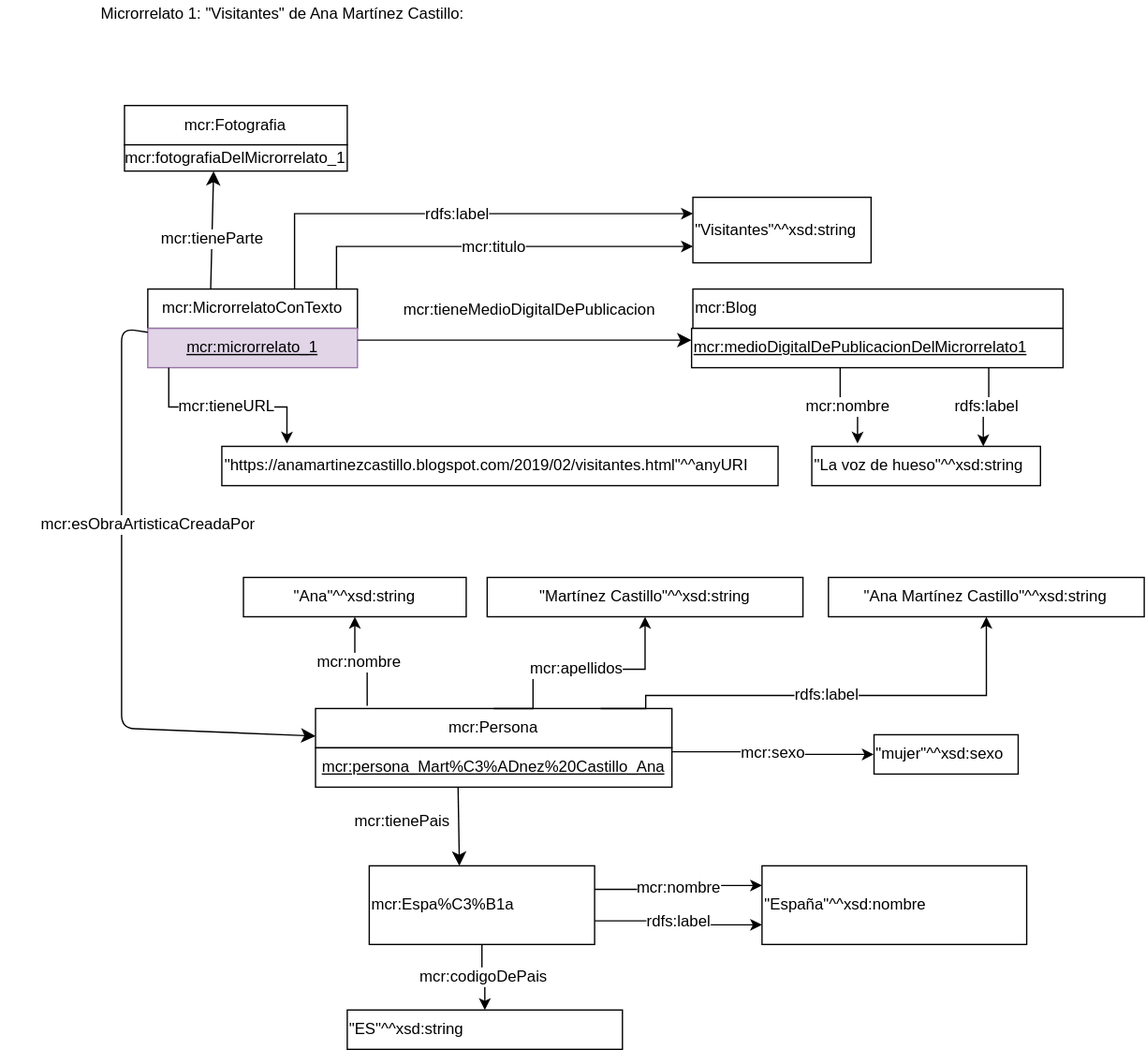
Above: microrrelato_001.svg in marianofl1971/microrrelatos (draw.io), before the change. Source tidied: cells renumbered, new cells last; positions are measured from the earlier drawing's top-left corner, leaving out a move shared by most shapes. Its diagram source:
```xml
<mxGraphModel>
  <root>
    <mxCell id="0" />
    <mxCell id="1" parent="0" />
    <mxCell id="2" value="mcr:MicrorrelatoConTexto" style="rounded=0;whiteSpace=wrap;html=1;snapToPoint=1;points=[[0.1,0],[0.2,0],[0.3,0],[0.4,0],[0.5,0],[0.6,0],[0.7,0],[0.8,0],[0.9,0],[0,0.1],[0,0.3],[0,0.5],[0,0.7],[0,0.9],[0.1,1],[0.2,1],[0.3,1],[0.4,1],[0.5,1],[0.6,1],[0.7,1],[0.8,1],[0.9,1],[1,0.1],[1,0.3],[1,0.5],[1,0.7],[1,0.9]];fontSize=12;" parent="1" vertex="1">
      <mxGeometry x="112" y="220" width="160" height="30" as="geometry" />
    </mxCell>
    <mxCell id="3" value="mcr:microrrelato_1" style="rounded=0;whiteSpace=wrap;html=1;snapToPoint=1;points=[[0.1,0],[0.2,0],[0.3,0],[0.4,0],[0.5,0],[0.6,0],[0.7,0],[0.8,0],[0.9,0],[0,0.1],[0,0.3],[0,0.5],[0,0.7],[0,0.9],[0.1,1],[0.2,1],[0.3,1],[0.4,1],[0.5,1],[0.6,1],[0.7,1],[0.8,1],[0.9,1],[1,0.1],[1,0.3],[1,0.5],[1,0.7],[1,0.9]];fontStyle=4;fontSize=12;fillColor=#e1d5e7;strokeColor=#9673a6;" parent="1" vertex="1">
      <mxGeometry x="112" y="250" width="160" height="30" as="geometry" />
    </mxCell>
    <mxCell id="4" value="mcr:Persona" style="rounded=0;whiteSpace=wrap;html=1;snapToPoint=1;points=[[0.1,0],[0.2,0],[0.3,0],[0.4,0],[0.5,0],[0.6,0],[0.7,0],[0.8,0],[0.9,0],[0,0.1],[0,0.3],[0,0.5],[0,0.7],[0,0.9],[0.1,1],[0.2,1],[0.3,1],[0.4,1],[0.5,1],[0.6,1],[0.7,1],[0.8,1],[0.9,1],[1,0.1],[1,0.3],[1,0.5],[1,0.7],[1,0.9]];fontSize=12;" parent="1" vertex="1">
      <mxGeometry x="240" y="540" width="272" height="30" as="geometry" />
    </mxCell>
    <mxCell id="5" value="mcr:persona_Mart%C3%ADnez%20Castillo_Ana" style="rounded=0;whiteSpace=wrap;html=1;snapToPoint=1;points=[[0.1,0],[0.2,0],[0.3,0],[0.4,0],[0.5,0],[0.6,0],[0.7,0],[0.8,0],[0.9,0],[0,0.1],[0,0.3],[0,0.5],[0,0.7],[0,0.9],[0.1,1],[0.2,1],[0.3,1],[0.4,1],[0.5,1],[0.6,1],[0.7,1],[0.8,1],[0.9,1],[1,0.1],[1,0.3],[1,0.5],[1,0.7],[1,0.9]];fontStyle=4;fontSize=12;" parent="1" vertex="1">
      <mxGeometry x="240" y="570" width="272" height="30" as="geometry" />
    </mxCell>
    <mxCell id="6" style="endArrow=classic;html=1;exitX=0;exitY=0.1;exitDx=0;exitDy=0;entryX=0;entryY=0.7;entryDx=0;entryDy=0;endSize=8;fontSize=12;" parent="1" edge="1" source="3" target="4">
      <mxGeometry relative="1" as="geometry">
        <Array as="points">
          <mxPoint x="92" y="250" />
          <mxPoint x="92" y="555" />
        </Array>
      </mxGeometry>
    </mxCell>
    <mxCell id="7" value="mcr:esObraArtisticaCreadaPor" style="text;html=1;align=center;verticalAlign=middle;labelBackgroundColor=#ffffff;fontSize=12;" parent="6" vertex="1">
      <mxGeometry x="-0.13" relative="1" as="geometry">
        <mxPoint x="19.6" y="-37.2" as="offset" />
      </mxGeometry>
    </mxCell>
    <mxCell id="8" value="&quot;Ana&quot;^^xsd:string" style="rounded=0;whiteSpace=wrap;html=1;snapToPoint=1;fontSize=12;" parent="1" vertex="1">
      <mxGeometry x="185" y="440" width="170" height="30" as="geometry" />
    </mxCell>
    <mxCell id="9" value="&quot;Martínez Castillo&quot;^^xsd:string" style="rounded=0;whiteSpace=wrap;html=1;snapToPoint=1;fontSize=12;" parent="1" vertex="1">
      <mxGeometry x="371" y="440" width="241" height="30" as="geometry" />
    </mxCell>
    <mxCell id="10" value="mcr:apellidos" style="edgeStyle=orthogonalEdgeStyle;rounded=0;jettySize=auto;html=1;fontSize=12;entryX=0.5;entryY=1;entryDx=0;entryDy=0;exitX=0.5;exitY=0;exitDx=0;exitDy=0;" parent="1" edge="1" source="4" target="9">
      <mxGeometry relative="1" as="geometry">
        <Array as="points">
          <mxPoint x="406" y="510" />
          <mxPoint x="492" y="510" />
        </Array>
      </mxGeometry>
    </mxCell>
    <mxCell id="11" value="mcr:Blog" style="rounded=0;whiteSpace=wrap;html=1;fontSize=12;align=left;" parent="1" vertex="1">
      <mxGeometry x="528" y="220" width="282.5" height="30" as="geometry" />
    </mxCell>
    <mxCell id="12" style="endArrow=classic;html=1;exitX=1;exitY=0.3;exitDx=0;exitDy=0;entryX=0;entryY=0.3;entryDx=0;entryDy=0;endSize=8;fontSize=12;" parent="1" edge="1" source="3" target="16">
      <mxGeometry relative="1" as="geometry" />
    </mxCell>
    <mxCell id="13" value="mcr:tieneMedioDigitalDePublicacion" style="text;html=1;align=center;verticalAlign=middle;labelBackgroundColor=#ffffff;fontSize=12;" parent="12" vertex="1">
      <mxGeometry x="-0.13" relative="1" as="geometry">
        <mxPoint x="19.6" y="-24" as="offset" />
      </mxGeometry>
    </mxCell>
    <mxCell id="14" value="&quot;mujer&quot;^^xsd:sexo" style="rounded=0;whiteSpace=wrap;html=1;snapToPoint=1;fontSize=12;align=left;" parent="1" vertex="1">
      <mxGeometry x="666.2" y="560" width="110" height="30" as="geometry" />
    </mxCell>
    <mxCell id="15" value="mcr:sexo" style="edgeStyle=orthogonalEdgeStyle;rounded=0;jettySize=auto;html=1;exitX=1;exitY=0.1;exitDx=0;exitDy=0;fontSize=12;" parent="1" edge="1" source="5" target="14">
      <mxGeometry relative="1" as="geometry" />
    </mxCell>
    <mxCell id="16" value="&lt;u style=&quot;font-size: 12px;&quot;&gt;mcr:medioDigitalDePublicacionDelMicrorrelato1&lt;/u&gt;" style="rounded=0;whiteSpace=wrap;html=1;snapToPoint=1;points=[[0.1,0],[0.2,0],[0.3,0],[0.4,0],[0.5,0],[0.6,0],[0.7,0],[0.8,0],[0.9,0],[0,0.1],[0,0.3],[0,0.5],[0,0.7],[0,0.9],[0.1,1],[0.2,1],[0.3,1],[0.4,1],[0.5,1],[0.6,1],[0.7,1],[0.8,1],[0.9,1],[1,0.1],[1,0.3],[1,0.5],[1,0.7],[1,0.9]];fontSize=12;align=left;" parent="1" vertex="1">
      <mxGeometry x="527" y="250" width="283.5" height="30" as="geometry" />
    </mxCell>
    <mxCell id="17" value="&quot;La voz de hueso&quot;^^xsd:string" style="rounded=0;whiteSpace=wrap;html=1;snapToPoint=1;fontSize=12;align=left;" parent="1" vertex="1">
      <mxGeometry x="618.8" y="340" width="174.5" height="30" as="geometry" />
    </mxCell>
    <mxCell id="18" value="rdfs:label" style="edgeStyle=orthogonalEdgeStyle;rounded=0;jettySize=auto;html=1;fontSize=12;exitX=0.8;exitY=1;exitDx=0;exitDy=0;entryX=0.75;entryY=0;entryDx=0;entryDy=0;" parent="1" edge="1" source="16" target="17">
      <mxGeometry relative="1" as="geometry" />
    </mxCell>
    <mxCell id="19" value="&quot;&lt;a href=&quot;https://anamartinezcastillo.blogspot.com/2019/02/visitantes.html&quot; target=&quot;_blank&quot; style=&quot;font-size: 12px&quot;&gt;https://anamartinezcastillo.blogspot.com/2019/02/visitantes.html&lt;/a&gt;&quot;^^anyURI" style="rounded=0;whiteSpace=wrap;html=1;snapToPoint=1;fontSize=12;align=left;fontStyle=0;" parent="1" vertex="1">
      <mxGeometry x="168.5" y="340" width="424.5" height="30" as="geometry" />
    </mxCell>
    <mxCell id="20" value="mcr:tieneURL" style="edgeStyle=orthogonalEdgeStyle;rounded=0;jettySize=auto;html=1;exitX=0.1;exitY=1;exitDx=0;exitDy=0;fontSize=12;entryX=0.117;entryY=-0.071;entryDx=0;entryDy=0;entryPerimeter=0;" parent="1" edge="1" source="3" target="19">
      <mxGeometry relative="1" as="geometry">
        <Array as="points">
          <mxPoint x="128" y="310" />
          <mxPoint x="218" y="310" />
        </Array>
      </mxGeometry>
    </mxCell>
    <mxCell id="21" value="mcr:Espa%C3%B1a" style="rounded=0;whiteSpace=wrap;html=1;snapToPoint=1;points=[[0.1,0],[0.2,0],[0.3,0],[0.4,0],[0.5,0],[0.6,0],[0.7,0],[0.8,0],[0.9,0],[0,0.1],[0,0.3],[0,0.5],[0,0.7],[0,0.9],[0.1,1],[0.2,1],[0.3,1],[0.4,1],[0.5,1],[0.6,1],[0.7,1],[0.8,1],[0.9,1],[1,0.1],[1,0.3],[1,0.5],[1,0.7],[1,0.9]];fontSize=12;align=left;" parent="1" vertex="1">
      <mxGeometry x="281" y="660" width="172" height="60" as="geometry" />
    </mxCell>
    <mxCell id="22" style="endArrow=classic;html=1;exitX=0.4;exitY=1;exitDx=0;exitDy=0;entryX=0.4;entryY=0;entryDx=0;entryDy=0;endSize=8;fontSize=12;" parent="1" edge="1" source="5" target="21">
      <mxGeometry relative="1" as="geometry" />
    </mxCell>
    <mxCell id="23" value="mcr:tienePais" style="text;html=1;align=center;verticalAlign=middle;labelBackgroundColor=#ffffff;fontSize=12;" parent="22" vertex="1">
      <mxGeometry x="-0.13" relative="1" as="geometry">
        <mxPoint x="-43.3" y="-0.4" as="offset" />
      </mxGeometry>
    </mxCell>
    <mxCell id="24" value="&quot;España&quot;^^xsd:nombre" style="rounded=0;whiteSpace=wrap;html=1;snapToPoint=1;fontSize=12;align=left;" parent="1" vertex="1">
      <mxGeometry x="580.8" y="660" width="202" height="60" as="geometry" />
    </mxCell>
    <mxCell id="25" value="rdfs:label" style="edgeStyle=orthogonalEdgeStyle;rounded=0;jettySize=auto;html=1;exitX=1;exitY=0.7;exitDx=0;exitDy=0;fontSize=12;entryX=0;entryY=0.75;entryDx=0;entryDy=0;" parent="1" edge="1" source="21" target="24">
      <mxGeometry relative="1" as="geometry" />
    </mxCell>
    <mxCell id="26" value="&quot;Visitantes&quot;^^xsd:string" style="rounded=0;whiteSpace=wrap;html=1;snapToPoint=1;fontSize=12;align=left;" parent="1" vertex="1">
      <mxGeometry x="528" y="150" width="136" height="50" as="geometry" />
    </mxCell>
    <mxCell id="27" value="mcr:titulo" style="edgeStyle=orthogonalEdgeStyle;rounded=0;jettySize=auto;html=1;exitX=0.9;exitY=0;exitDx=0;exitDy=0;fontSize=12;entryX=0;entryY=0.75;entryDx=0;entryDy=0;" parent="1" edge="1" source="2" target="26">
      <mxGeometry relative="1" as="geometry" />
    </mxCell>
    <mxCell id="28" value="mcr:nombre" style="edgeStyle=orthogonalEdgeStyle;rounded=0;jettySize=auto;html=1;exitX=0.145;exitY=-0.071;exitDx=0;exitDy=0;fontSize=12;exitPerimeter=0;entryX=0.5;entryY=1;entryDx=0;entryDy=0;" parent="1" edge="1" source="4" target="8">
      <mxGeometry relative="1" as="geometry" />
    </mxCell>
    <mxCell id="29" value="Microrrelato 1: &quot;Visitantes&quot; de Ana Martínez Castillo:" style="text;html=1;strokeColor=none;fillColor=none;align=center;verticalAlign=middle;whiteSpace=wrap;rounded=0;fontSize=12;" parent="1" vertex="1">
      <mxGeometry width="430" height="20" as="geometry" />
    </mxCell>
    <mxCell id="30" value="&quot;ES&quot;^^xsd:string" style="rounded=0;whiteSpace=wrap;html=1;snapToPoint=1;fontSize=12;align=left;" parent="1" vertex="1">
      <mxGeometry x="264.2" y="770" width="210" height="30" as="geometry" />
    </mxCell>
    <mxCell id="31" value="mcr:codigoDePais" style="edgeStyle=orthogonalEdgeStyle;rounded=0;jettySize=auto;html=1;fontSize=12;entryX=0.5;entryY=0;entryDx=0;entryDy=0;" parent="1" edge="1" source="21" target="30">
      <mxGeometry relative="1" as="geometry" />
    </mxCell>
    <mxCell id="32" value="rdfs:label" style="edgeStyle=orthogonalEdgeStyle;rounded=0;jettySize=auto;html=1;exitX=0.7;exitY=0;exitDx=0;exitDy=0;fontSize=12;entryX=0;entryY=0.25;entryDx=0;entryDy=0;" parent="1" edge="1" source="2" target="26">
      <mxGeometry relative="1" as="geometry">
        <Array as="points">
          <mxPoint x="224" y="163" />
        </Array>
      </mxGeometry>
    </mxCell>
    <mxCell id="33" value="&quot;Ana Martínez Castillo&quot;^^xsd:string" style="rounded=0;whiteSpace=wrap;html=1;snapToPoint=1;fontSize=12;" parent="1" vertex="1">
      <mxGeometry x="631.5" y="440" width="241" height="30" as="geometry" />
    </mxCell>
    <mxCell id="34" value="rdfs:label" style="edgeStyle=orthogonalEdgeStyle;rounded=0;jettySize=auto;html=1;fontSize=12;entryX=0.5;entryY=1;entryDx=0;entryDy=0;exitX=0.8;exitY=0;exitDx=0;exitDy=0;" parent="1" edge="1" source="4" target="33">
      <mxGeometry relative="1" as="geometry">
        <Array as="points">
          <mxPoint x="492" y="540" />
          <mxPoint x="492" y="530" />
          <mxPoint x="752" y="530" />
        </Array>
      </mxGeometry>
    </mxCell>
    <mxCell id="35" value="mcr:nombre" style="edgeStyle=orthogonalEdgeStyle;rounded=0;jettySize=auto;html=1;exitX=1;exitY=0.3;exitDx=0;exitDy=0;fontSize=12;entryX=0;entryY=0.25;entryDx=0;entryDy=0;" parent="1" edge="1" source="21" target="24">
      <mxGeometry relative="1" as="geometry" />
    </mxCell>
    <mxCell id="36" value="mcr:nombre" style="edgeStyle=orthogonalEdgeStyle;rounded=0;jettySize=auto;html=1;fontSize=12;exitX=0.4;exitY=1;exitDx=0;exitDy=0;entryX=0.2;entryY=-0.071;entryDx=0;entryDy=0;entryPerimeter=0;" parent="1" edge="1" source="16" target="17">
      <mxGeometry relative="1" as="geometry" />
    </mxCell>
    <mxCell id="37" value="mcr:Fotografia" style="rounded=0;whiteSpace=wrap;html=1;" parent="1" vertex="1">
      <mxGeometry x="94.2" y="80" width="170" height="30" as="geometry" />
    </mxCell>
    <mxCell id="38" value="mcr:fotografiaDelMicrorrelato_1" style="rounded=0;whiteSpace=wrap;html=1;snapToPoint=1;points=[[0.1,0],[0.2,0],[0.3,0],[0.4,0],[0.5,0],[0.6,0],[0.7,0],[0.8,0],[0.9,0],[0,0.1],[0,0.3],[0,0.5],[0,0.7],[0,0.9],[0.1,1],[0.2,1],[0.3,1],[0.4,1],[0.5,1],[0.6,1],[0.7,1],[0.8,1],[0.9,1],[1,0.1],[1,0.3],[1,0.5],[1,0.7],[1,0.9]];" parent="1" vertex="1">
      <mxGeometry x="94.2" y="110" width="170" height="20" as="geometry" />
    </mxCell>
    <mxCell id="39" style="endArrow=classic;html=1;exitX=0.3;exitY=0;exitDx=0;exitDy=0;entryX=0.4;entryY=1;entryDx=0;entryDy=0;endSize=8;" parent="1" edge="1" source="2" target="38">
      <mxGeometry relative="1" as="geometry" />
    </mxCell>
    <mxCell id="40" value="mcr:tieneParte" style="text;html=1;align=center;verticalAlign=middle;labelBackgroundColor=#ffffff;" parent="39" vertex="1">
      <mxGeometry x="-0.13" relative="1" as="geometry" />
    </mxCell>
  </root>
</mxGraphModel>
```
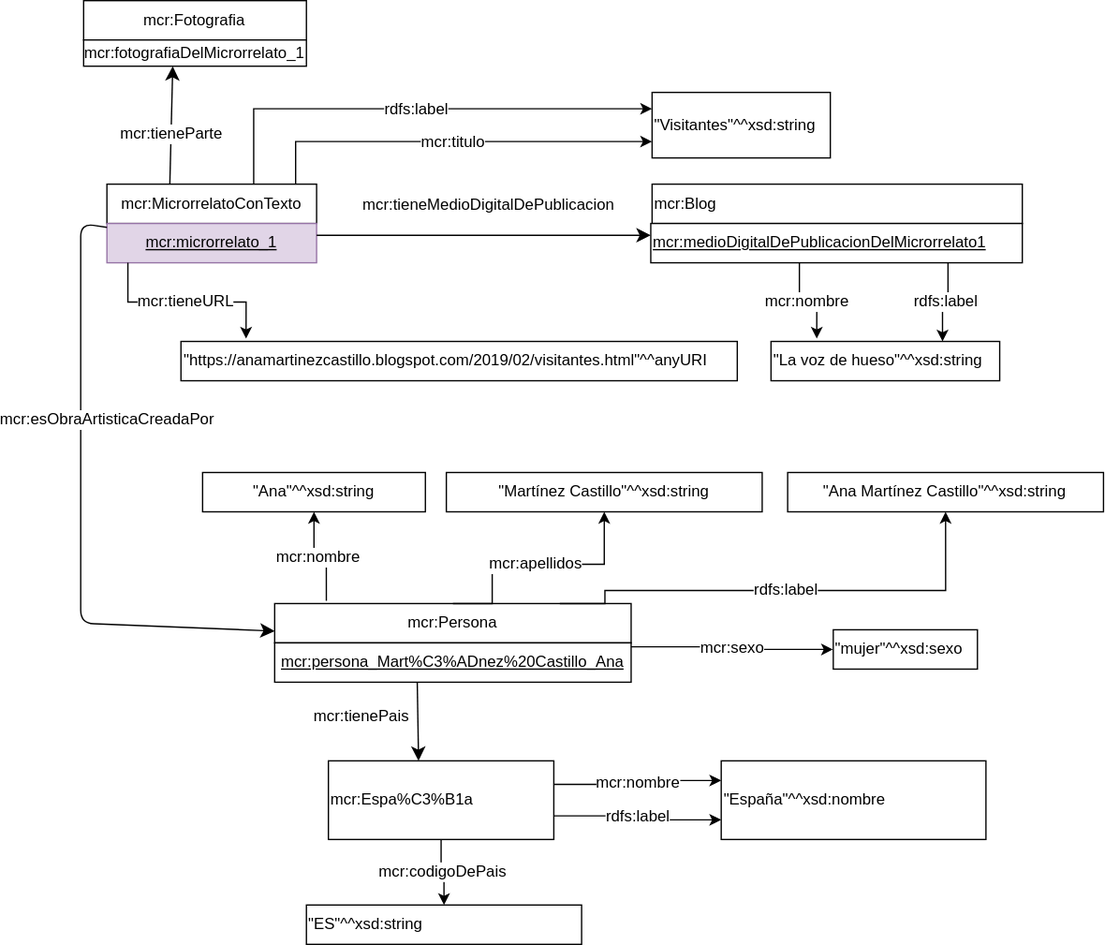
Later version of the same file.

Change to the diagram source:
```diff
@@ -104,9 +104,6 @@
     <mxCell id="28" value="mcr:nombre" style="edgeStyle=orthogonalEdgeStyle;rounded=0;jettySize=auto;html=1;exitX=0.145;exitY=-0.071;exitDx=0;exitDy=0;fontSize=12;exitPerimeter=0;entryX=0.5;entryY=1;entryDx=0;entryDy=0;" parent="1" edge="1" source="4" target="8">
       <mxGeometry relative="1" as="geometry" />
     </mxCell>
-    <mxCell id="29" value="Microrrelato 1: &quot;Visitantes&quot; de Ana Martínez Castillo:" style="text;html=1;strokeColor=none;fillColor=none;align=center;verticalAlign=middle;whiteSpace=wrap;rounded=0;fontSize=12;" parent="1" vertex="1">
-      <mxGeometry width="430" height="20" as="geometry" />
-    </mxCell>
     <mxCell id="30" value="&quot;ES&quot;^^xsd:string" style="rounded=0;whiteSpace=wrap;html=1;snapToPoint=1;fontSize=12;align=left;" parent="1" vertex="1">
       <mxGeometry x="264.2" y="770" width="210" height="30" as="geometry" />
     </mxCell>
```
